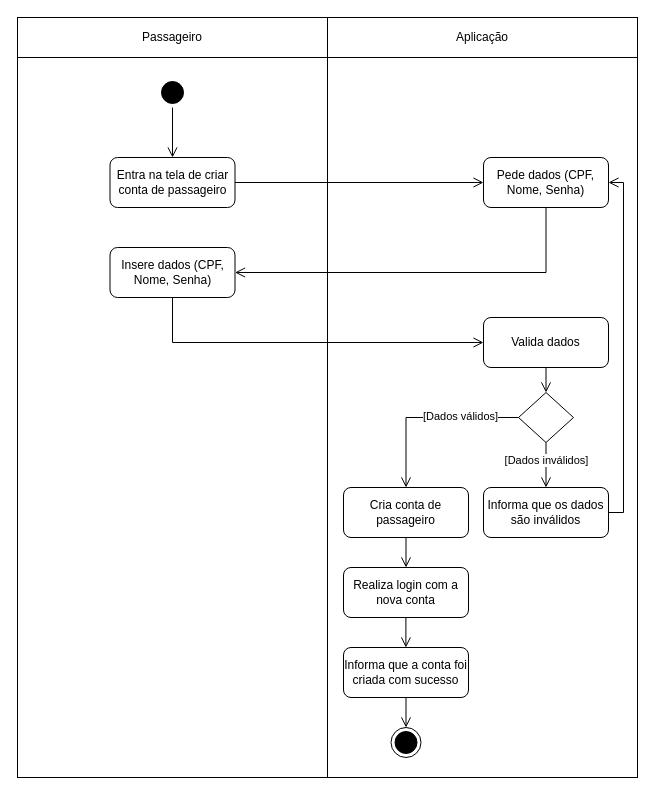
GabrielGMori/trabalho-conclus-o-ano keeps this draw.io diagram as Diagramas/Eng_de_Software/Modelos/Atividade/Criar_Conta_de_Passageiro.drawio. Above is the earlier version. Source tidied: cells renumbered, new cells numbered last; positions are measured from the earlier drawing's top-left corner, leaving out a move shared by most shapes. Both pictures are drawn from the tidied source at 100%, with x=0, y=0 at pixel (17, 17).
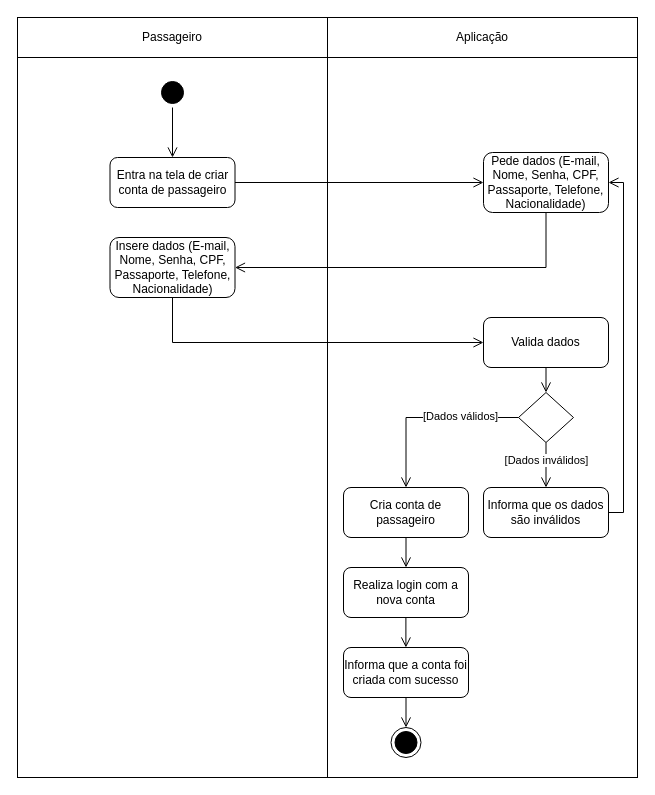
Above is the later version.

Diff of the diagram source:
```diff
@@
-    <mxCell id="9" value="Pede dados (CPF, Nome, Senha)" style="rounded=1;whiteSpace=wrap;html=1;" parent="1" vertex="1">
-      <mxGeometry x="466" y="140" width="125" height="50" as="geometry" />
+    <mxCell id="9" value="Pede dados (E-mail, Nome, Senha, CPF, Passaporte, Telefone, Nacionalidade)" style="rounded=1;whiteSpace=wrap;html=1;" parent="1" vertex="1">
+      <mxGeometry x="466" y="135" width="125" height="60" as="geometry" />
     </mxCell>
@@
-    <mxCell id="11" value="Insere dados (CPF, Nome, Senha)" style="rounded=1;whiteSpace=wrap;html=1;" parent="1" vertex="1">
-      <mxGeometry x="92.5" y="230" width="125" height="50" as="geometry" />
+    <mxCell id="11" value="Insere dados (E-mail, Nome, Senha, CPF, Passaporte, Telefone, Nacionalidade)" style="rounded=1;whiteSpace=wrap;html=1;" parent="1" vertex="1">
+      <mxGeometry x="92.5" y="220" width="125" height="60" as="geometry" />
     </mxCell>
```
